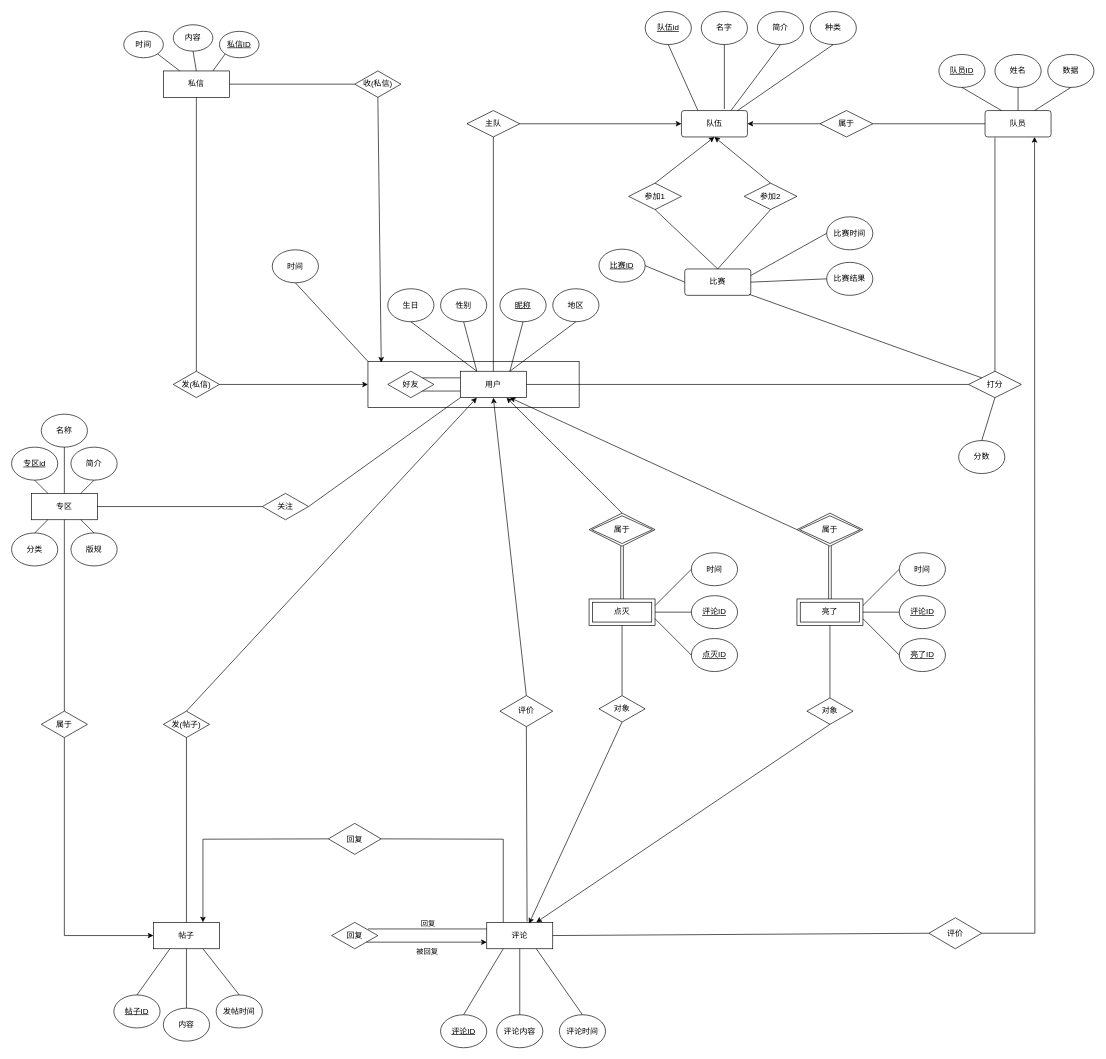
This is 虎扑ER.drawio from ssssszj/Drawio, a draw.io file, before an edit. Source tidied: cells renumbered, new cells numbered last; positions are measured from the earlier drawing's top-left corner, leaving out a move shared by most shapes. Both pictures are drawn from the tidied source at 66%, with x=0, y=0 at pixel (11, 11).
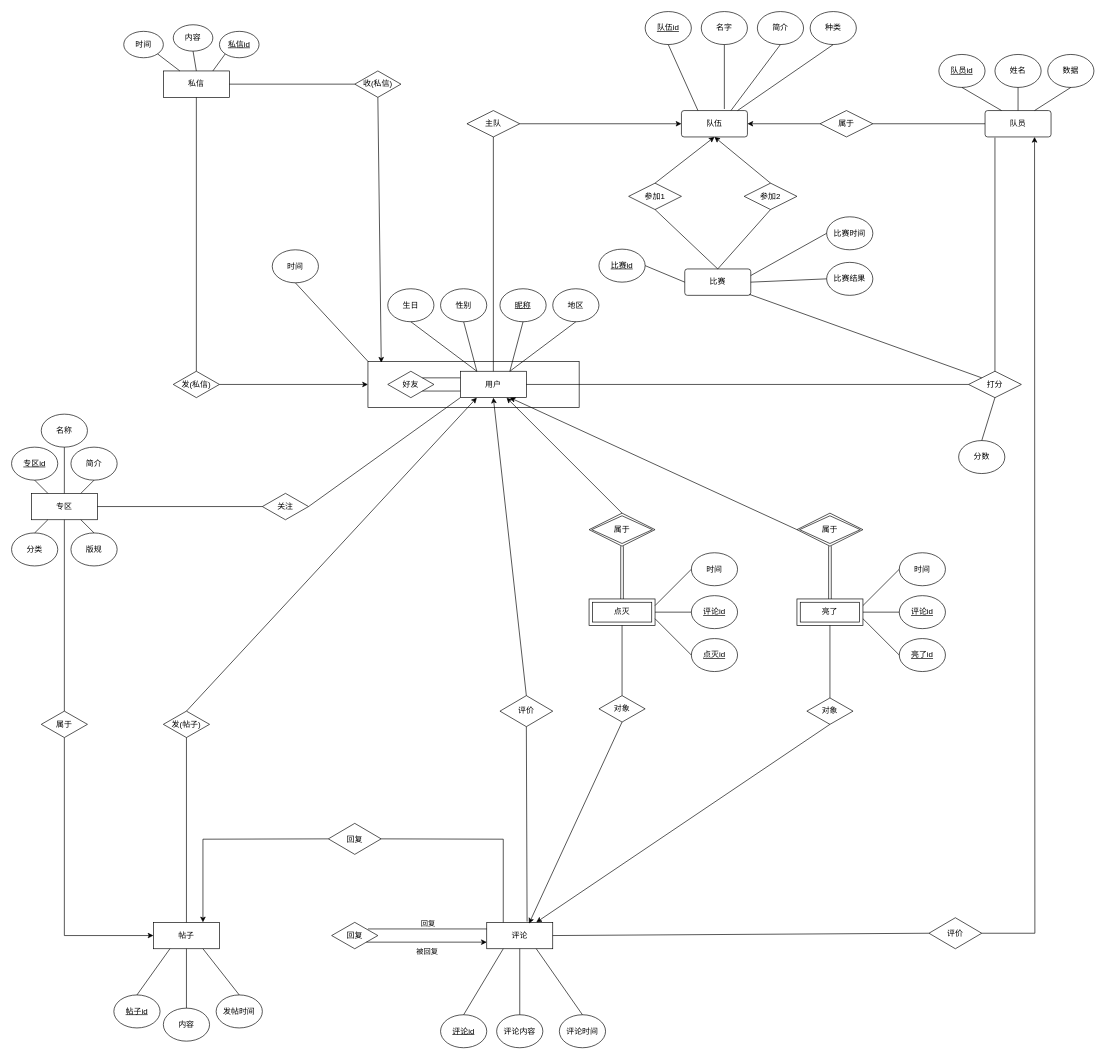
After the change.

What changed in the source:
```diff
@@
-    <mxCell id="69" value="&lt;u&gt;私信ID&lt;/u&gt;" style="ellipse;whiteSpace=wrap;html=1;" parent="1" vertex="1">
+    <mxCell id="69" value="&lt;u&gt;私信id&lt;/u&gt;" style="ellipse;whiteSpace=wrap;html=1;" parent="1" vertex="1">
       <mxGeometry x="315" y="30" width="60" height="40" as="geometry" />
     </mxCell>
@@
-    <mxCell id="71" value="&lt;u&gt;队员ID&lt;/u&gt;" style="ellipse;whiteSpace=wrap;html=1;" parent="1" vertex="1">
+    <mxCell id="71" value="&lt;u&gt;队员id&lt;/u&gt;" style="ellipse;whiteSpace=wrap;html=1;" parent="1" vertex="1">
       <mxGeometry x="1405" y="65" width="70" height="50" as="geometry" />
     </mxCell>
@@
-    <mxCell id="75" value="&lt;u&gt;帖子ID&lt;/u&gt;" style="ellipse;whiteSpace=wrap;html=1;" parent="1" vertex="1">
+    <mxCell id="75" value="&lt;u&gt;帖子id&lt;/u&gt;" style="ellipse;whiteSpace=wrap;html=1;" parent="1" vertex="1">
       <mxGeometry x="155" y="1490" width="70" height="50" as="geometry" />
     </mxCell>
@@
-    <mxCell id="101" value="&lt;u&gt;评论ID&lt;/u&gt;" style="ellipse;whiteSpace=wrap;html=1;" parent="1" vertex="1">
+    <mxCell id="101" value="&lt;u&gt;评论id&lt;/u&gt;" style="ellipse;whiteSpace=wrap;html=1;" parent="1" vertex="1">
       <mxGeometry x="650" y="1520" width="70" height="50" as="geometry" />
     </mxCell>
@@
-    <mxCell id="107" value="&lt;u&gt;点灭ID&lt;/u&gt;" style="ellipse;whiteSpace=wrap;html=1;" parent="1" vertex="1">
+    <mxCell id="107" value="&lt;u&gt;点灭id&lt;/u&gt;" style="ellipse;whiteSpace=wrap;html=1;" parent="1" vertex="1">
       <mxGeometry x="1030" y="950" width="70" height="50" as="geometry" />
     </mxCell>
@@
-    <mxCell id="109" value="&lt;u&gt;评论ID&lt;/u&gt;" style="ellipse;whiteSpace=wrap;html=1;" parent="1" vertex="1">
+    <mxCell id="109" value="&lt;u&gt;评论id&lt;/u&gt;" style="ellipse;whiteSpace=wrap;html=1;" parent="1" vertex="1">
       <mxGeometry x="1030" y="885" width="70" height="50" as="geometry" />
     </mxCell>
@@
-    <mxCell id="113" value="&lt;u&gt;亮了ID&lt;/u&gt;" style="ellipse;whiteSpace=wrap;html=1;" parent="1" vertex="1">
+    <mxCell id="113" value="&lt;u&gt;亮了id&lt;/u&gt;" style="ellipse;whiteSpace=wrap;html=1;" parent="1" vertex="1">
       <mxGeometry x="1345" y="950" width="70" height="50" as="geometry" />
     </mxCell>
@@
-    <mxCell id="115" value="&lt;u&gt;评论ID&lt;/u&gt;" style="ellipse;whiteSpace=wrap;html=1;" parent="1" vertex="1">
+    <mxCell id="115" value="&lt;u&gt;评论id&lt;/u&gt;" style="ellipse;whiteSpace=wrap;html=1;" parent="1" vertex="1">
       <mxGeometry x="1345" y="885" width="70" height="50" as="geometry" />
     </mxCell>
@@
-    <mxCell id="127" value="&lt;u&gt;比赛ID&lt;/u&gt;" style="ellipse;whiteSpace=wrap;html=1;" parent="1" vertex="1">
+    <mxCell id="127" value="&lt;u&gt;比赛id&lt;/u&gt;" style="ellipse;whiteSpace=wrap;html=1;" parent="1" vertex="1">
       <mxGeometry x="890" y="360" width="70" height="50" as="geometry" />
     </mxCell>
```
